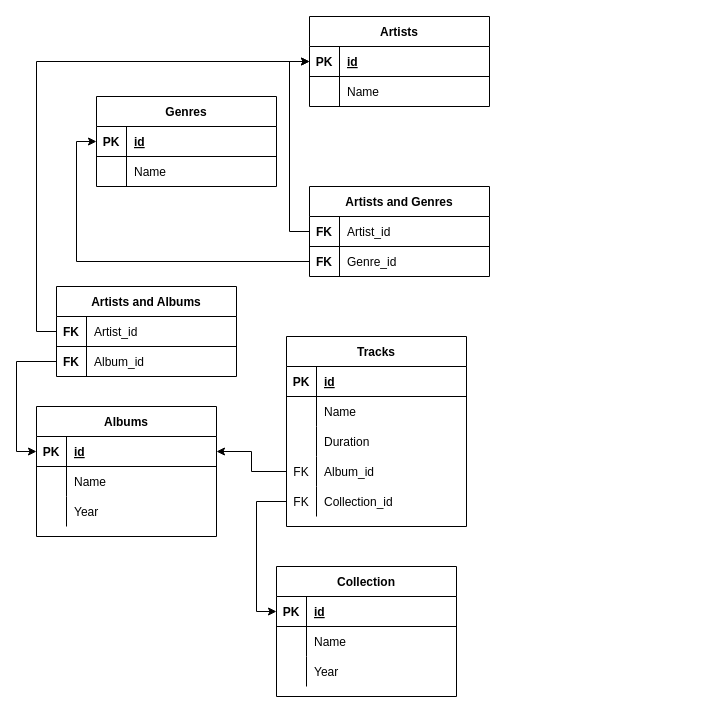
This is N-sql.drawio from akusempie/N-sql-diagram, a draw.io file, before an edit. Source tidied: cells renumbered, new cells numbered last; positions are measured from the earlier drawing's top-left corner, leaving out a move shared by most shapes. Both pictures are drawn from the tidied source at 100%, with x=0, y=0 at pixel (36, 16).
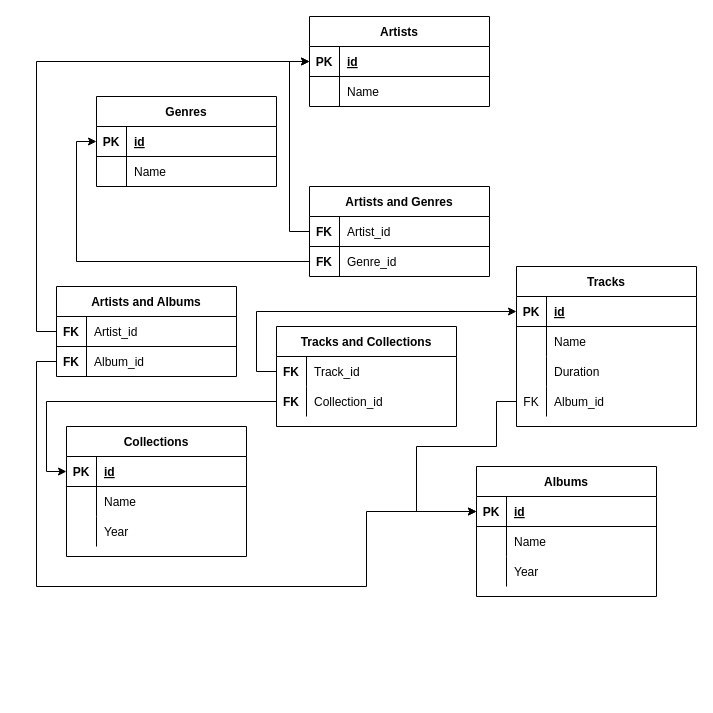
The same diagram, later.

Unchanged cells that the change refers to:
```xml
<mxCell id="10" style="shape=tableRow;horizontal=0;startSize=0;swimlaneHead=0;swimlaneBody=0;fillColor=none;points=[[0,0.5],[1,0.5]];portConstraint=eastwest;top=0;left=0;right=0;bottom=1;" parent="9" vertex="1">
  <mxGeometry y="30" width="180" height="30" as="geometry" />
</mxCell>
<mxCell id="20" style="shape=tableRow;horizontal=0;startSize=0;swimlaneHead=0;swimlaneBody=0;fillColor=none;points=[[0,0.5],[1,0.5]];portConstraint=eastwest;top=0;left=0;right=0;bottom=1;" parent="19" vertex="1">
  <mxGeometry y="30" width="180" height="30" as="geometry" />
</mxCell>
<mxCell id="29" style="shape=tableRow;horizontal=0;startSize=0;swimlaneHead=0;swimlaneBody=0;fillColor=none;points=[[0,0.5],[1,0.5]];portConstraint=eastwest;top=0;left=0;right=0;bottom=0;" parent="19" vertex="1">
  <mxGeometry y="120" width="180" height="30" as="geometry" />
</mxCell>
<mxCell id="54" style="shape=tableRow;horizontal=0;startSize=0;swimlaneHead=0;swimlaneBody=0;fillColor=none;points=[[0,0.5],[1,0.5]];portConstraint=eastwest;top=0;left=0;right=0;bottom=0;" parent="50" vertex="1">
  <mxGeometry y="60" width="180" height="30" as="geometry" />
</mxCell>
<mxCell id="62" style="shape=tableRow;horizontal=0;startSize=0;swimlaneHead=0;swimlaneBody=0;fillColor=none;points=[[0,0.5],[1,0.5]];portConstraint=eastwest;top=0;left=0;right=0;bottom=1;" parent="61" vertex="1">
  <mxGeometry y="30" width="180" height="30" as="geometry" />
</mxCell>
```

Diff of the diagram source:
```diff
@@
     <mxCell id="9" value="Albums" style="shape=table;startSize=30;childLayout=tableLayout;rowLines=0;fontStyle=1;align=center;" parent="1" vertex="1">
-      <mxGeometry y="390" width="180" height="130" as="geometry" />
+      <mxGeometry x="440" y="450" width="180" height="130" as="geometry" />
     </mxCell>
@@
     <mxCell id="19" value="Tracks" style="shape=table;startSize=30;childLayout=tableLayout;rowLines=0;fontStyle=1;align=center;" parent="1" vertex="1">
-      <mxGeometry x="250" y="320" width="180" height="190" as="geometry" />
+      <mxGeometry x="480" y="250" width="180" height="160" as="geometry" />
     </mxCell>
@@
-    <mxCell id="32" style="shape=tableRow;horizontal=0;startSize=0;swimlaneHead=0;swimlaneBody=0;fillColor=none;points=[[0,0.5],[1,0.5]];portConstraint=eastwest;top=0;left=0;right=0;bottom=0;" parent="19" vertex="1">
-      <mxGeometry y="150" width="180" height="30" as="geometry" />
-    </mxCell>
-    <mxCell id="33" value="FK" style="shape=partialRectangle;fillColor=none;top=0;left=0;bottom=0;right=0;overflow=hidden;" parent="32" vertex="1">
-      <mxGeometry width="30" height="30" as="geometry" />
-    </mxCell>
-    <mxCell id="34" value="Collection_id" style="shape=partialRectangle;fillColor=none;top=0;left=0;bottom=0;right=0;align=left;spacingLeft=6;overflow=hidden;" parent="32" vertex="1">
-      <mxGeometry x="30" width="150" height="30" as="geometry" />
-    </mxCell>
-    <mxCell id="35" style="edgeStyle=orthogonalEdgeStyle;rounded=0;jettySize=auto;html=1;exitX=0;exitY=0.5;exitDx=0;exitDy=0;entryX=1;entryY=0.5;entryDx=0;entryDy=0;" parent="1" edge="1" source="29" target="10">
-      <mxGeometry relative="1" as="geometry" />
+    <mxCell id="35" style="edgeStyle=orthogonalEdgeStyle;rounded=0;jettySize=auto;html=1;exitX=0;exitY=0.5;exitDx=0;exitDy=0;entryX=0;entryY=0.5;entryDx=0;entryDy=0;" parent="1" edge="1" source="29" target="10">
+      <mxGeometry relative="1" as="geometry">
+        <Array as="points">
+          <mxPoint x="460" y="385" />
+          <mxPoint x="460" y="430" />
+          <mxPoint x="380" y="430" />
+          <mxPoint x="380" y="495" />
+        </Array>
+      </mxGeometry>
     </mxCell>
@@
     <mxCell id="60" style="edgeStyle=orthogonalEdgeStyle;rounded=0;jettySize=auto;html=1;exitX=0;exitY=0.5;exitDx=0;exitDy=0;entryX=0;entryY=0.5;entryDx=0;entryDy=0;" parent="1" edge="1" source="54" target="10">
-      <mxGeometry relative="1" as="geometry" />
+      <mxGeometry relative="1" as="geometry">
+        <Array as="points">
+          <mxPoint y="345" />
+          <mxPoint y="570" />
+          <mxPoint x="330" y="570" />
+          <mxPoint x="330" y="495" />
+        </Array>
+      </mxGeometry>
     </mxCell>
-    <mxCell id="61" value="Collection" style="shape=table;startSize=30;childLayout=tableLayout;rowLines=0;fontStyle=1;align=center;" parent="1" vertex="1">
-      <mxGeometry x="240" y="550" width="180" height="130" as="geometry" />
+    <mxCell id="61" value="Collections" style="shape=table;startSize=30;childLayout=tableLayout;rowLines=0;fontStyle=1;align=center;" parent="1" vertex="1">
+      <mxGeometry x="30" y="410" width="180" height="130" as="geometry" />
     </mxCell>
@@
-    <mxCell id="71" style="edgeStyle=orthogonalEdgeStyle;rounded=0;jettySize=auto;html=1;exitX=0;exitY=0.5;exitDx=0;exitDy=0;entryX=0;entryY=0.5;entryDx=0;entryDy=0;" parent="1" edge="1" source="32" target="62">
-      <mxGeometry relative="1" as="geometry" />
-    </mxCell>
+    <mxCell id="72" value="Tracks and Collections" style="shape=table;startSize=30;childLayout=tableLayout;rowLines=0;fontStyle=1;align=center;" parent="1" vertex="1">
+      <mxGeometry x="240" y="310" width="180" height="100" as="geometry" />
+    </mxCell>
+    <mxCell id="73" style="shape=tableRow;horizontal=0;startSize=0;swimlaneHead=0;swimlaneBody=0;fillColor=none;points=[[0,0.5],[1,0.5]];portConstraint=eastwest;top=0;left=0;right=0;bottom=0;fontStyle=1;" parent="72" vertex="1">
+      <mxGeometry y="30" width="180" height="30" as="geometry" />
+    </mxCell>
+    <mxCell id="74" value="FK" style="shape=partialRectangle;fillColor=none;top=0;left=0;bottom=0;right=0;overflow=hidden;fontStyle=1;" parent="73" vertex="1">
+      <mxGeometry width="30" height="30" as="geometry" />
+    </mxCell>
+    <mxCell id="75" value="Track_id" style="shape=partialRectangle;fillColor=none;top=0;left=0;bottom=0;right=0;align=left;spacingLeft=6;overflow=hidden;" parent="73" vertex="1">
+      <mxGeometry x="30" width="150" height="30" as="geometry" />
+    </mxCell>
+    <mxCell id="76" style="shape=tableRow;horizontal=0;startSize=0;swimlaneHead=0;swimlaneBody=0;fillColor=none;points=[[0,0.5],[1,0.5]];portConstraint=eastwest;top=0;left=0;right=0;bottom=0;" parent="72" vertex="1">
+      <mxGeometry y="60" width="180" height="30" as="geometry" />
+    </mxCell>
+    <mxCell id="77" value="FK" style="shape=partialRectangle;fillColor=none;top=0;left=0;bottom=0;right=0;overflow=hidden;fontStyle=1;" parent="76" vertex="1">
+      <mxGeometry width="30" height="30" as="geometry" />
+    </mxCell>
+    <mxCell id="34" value="Collection_id" style="shape=partialRectangle;fillColor=none;top=0;left=0;bottom=0;right=0;align=left;spacingLeft=6;overflow=hidden;perimeterSpacing=1;" parent="76" vertex="1">
+      <mxGeometry x="30" width="150" height="30" as="geometry" />
+    </mxCell>
+    <mxCell id="78" style="edgeStyle=orthogonalEdgeStyle;rounded=0;jettySize=auto;html=1;exitX=0;exitY=0.5;exitDx=0;exitDy=0;entryX=0;entryY=0.5;entryDx=0;entryDy=0;" parent="1" edge="1" source="73" target="20">
+      <mxGeometry relative="1" as="geometry" />
+    </mxCell>
+    <mxCell id="79" style="edgeStyle=orthogonalEdgeStyle;rounded=0;jettySize=auto;html=1;exitX=0;exitY=0.5;exitDx=0;exitDy=0;entryX=0;entryY=0.5;entryDx=0;entryDy=0;" parent="1" edge="1" source="76" target="62">
+      <mxGeometry relative="1" as="geometry" />
+    </mxCell>
```
